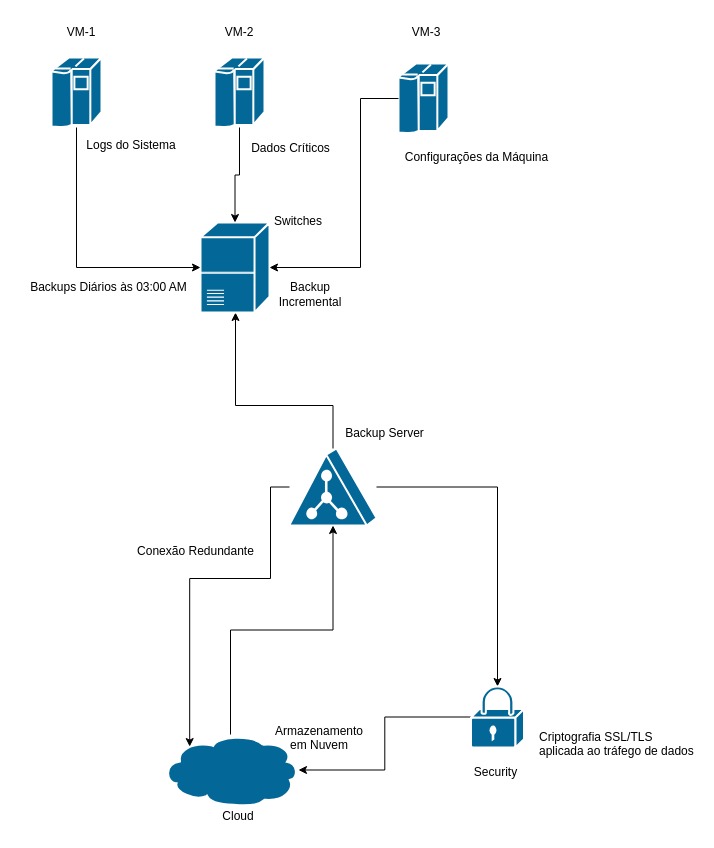
Earlier version of the draw.io diagram Diagrama sem nome.drawio (Brunacoelhob/Registro-html). Source tidied: cells renumbered, new cells numbered last; positions are measured from the earlier drawing's top-left corner, leaving out a move shared by most shapes. Both pictures are drawn from the tidied source at 100%, with x=0, y=0 at pixel (17, 17).
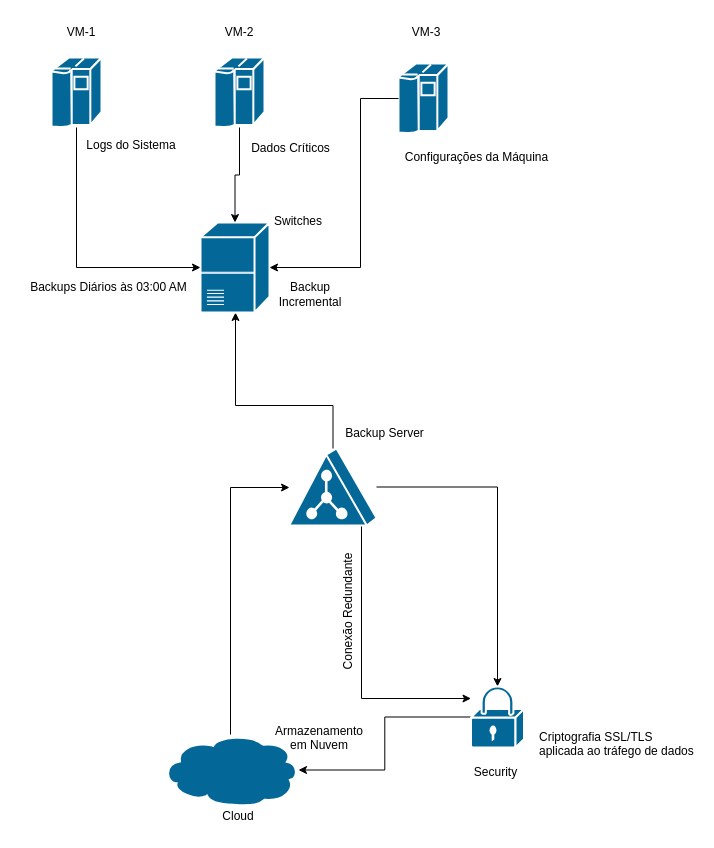
The same diagram, later.

The change refers to these unchanged cells:
```xml
<mxCell id="4" style="shape=mxgraph.cisco.servers.directory_server;sketch=0;html=1;dashed=0;fillColor=#036897;strokeColor=#ffffff;strokeWidth=2;verticalLabelPosition=bottom;verticalAlign=top;align=center;outlineConnect=0;" parent="1" vertex="1">
  <mxGeometry x="272" y="431" width="87" height="77" as="geometry" />
</mxCell>
<mxCell id="8" style="shape=mxgraph.cisco.storage.cloud;sketch=0;html=1;dashed=0;fillColor=#036897;strokeColor=#ffffff;strokeWidth=2;verticalLabelPosition=bottom;verticalAlign=top;align=center;outlineConnect=0;" parent="1" vertex="1">
  <mxGeometry x="145" y="717" width="136" height="71" as="geometry" />
</mxCell>
<mxCell id="10" style="shape=mxgraph.cisco.security.lock;sketch=0;html=1;dashed=0;fillColor=#036897;strokeColor=#ffffff;strokeWidth=2;verticalLabelPosition=bottom;verticalAlign=top;align=center;outlineConnect=0;" parent="1" vertex="1">
  <mxGeometry x="453.5" y="669" width="53" height="61" as="geometry" />
</mxCell>
```

What changed in the source:
```diff
@@
+    <mxCell id="32" style="edgeStyle=orthogonalEdgeStyle;rounded=0;jettySize=auto;html=1;" parent="1" edge="1" source="4" target="10">
+      <mxGeometry relative="1" as="geometry">
+        <Array as="points">
+          <mxPoint x="344" y="681" />
+        </Array>
+      </mxGeometry>
+    </mxCell>
@@
     <mxCell id="7" style="edgeStyle=orthogonalEdgeStyle;rounded=0;jettySize=auto;html=1;" parent="1" edge="1" source="8" target="4">
-      <mxGeometry relative="1" as="geometry" />
+      <mxGeometry relative="1" as="geometry">
+        <Array as="points">
+          <mxPoint x="213" y="470" />
+        </Array>
+      </mxGeometry>
     </mxCell>
@@
-    <mxCell id="27" style="edgeStyle=orthogonalEdgeStyle;rounded=0;jettySize=auto;html=1;entryX=0.2;entryY=0.17;entryDx=0;entryDy=0;entryPerimeter=0;" parent="1" edge="1" source="4" target="8">
-      <mxGeometry relative="1" as="geometry">
-        <Array as="points">
-          <mxPoint x="253" y="470" />
-          <mxPoint x="253" y="561" />
-          <mxPoint x="172" y="561" />
-        </Array>
-      </mxGeometry>
-    </mxCell>
-    <mxCell id="28" value="Conexão Redundante" style="text;html=1;align=center;verticalAlign=middle;whiteSpace=wrap;rounded=0;" parent="1" vertex="1">
-      <mxGeometry x="114" y="519" width="129" height="30" as="geometry" />
+    <mxCell id="28" value="Conexão Redundante" style="text;html=1;align=center;verticalAlign=middle;whiteSpace=wrap;rounded=0;rotation=-90;" parent="1" vertex="1">
+      <mxGeometry x="266" y="579" width="129" height="30" as="geometry" />
     </mxCell>
```
